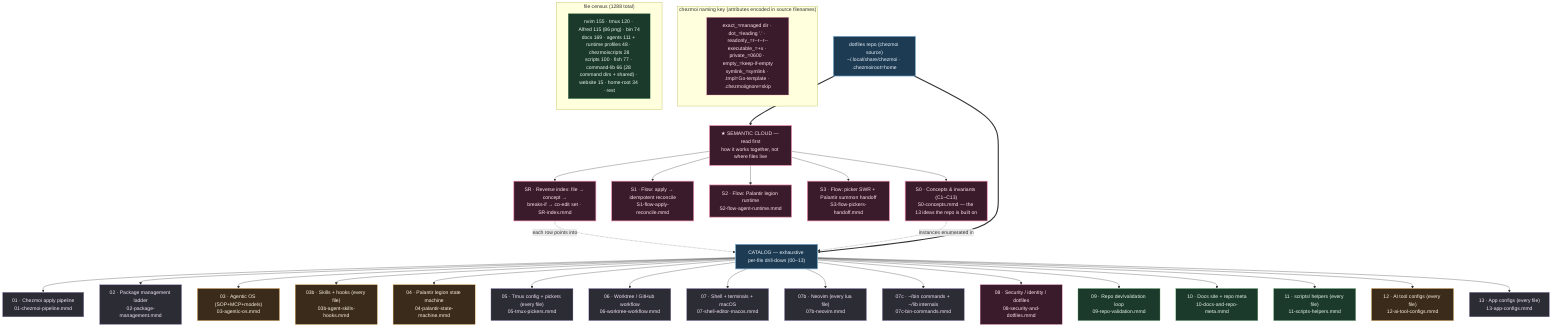
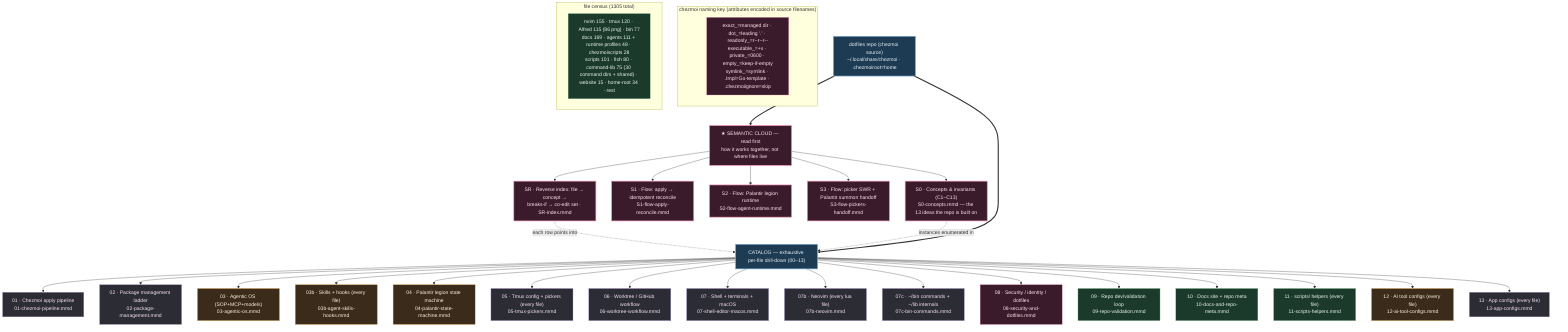
%% ============================================================================
%% 00-overview.mmd — Master navigation map for kapral18/dotfiles
%% TWO LAYERS:
%%   SEMANTIC CLOUD (read first) — how the system THINKS: concepts+invariants
%%     (S0), cross-cutting flows (S1/S2/S3), and a reverse index (SR) that maps
%%     any file to its concept, blast radius, and co-edit set.
%%   CATALOG (drill-down) — how the system is LAID OUT: 00-13 enumerate every
- %%     one of the 1288 files in the effective git file set by exact chezmoi source path.
+ %%     one of the 1305 files in the effective git file set by exact chezmoi source path.
%% `home/` is chezmoi source deployed to $HOME; scripts/tools/website/docs are
%% repo-side (NOT deployed). Each node → a deeper .mmd.
%% ============================================================================
graph TD
    classDef entry fill:#1d3b53,stroke:#7fb3d5,color:#eaf2f8,stroke-width:2px;
    classDef sys fill:#2c2c34,stroke:#b39ddb,color:#f3e5f5;
    classDef ai fill:#3a2b1b,stroke:#ffb74d,color:#fff3e0;
    classDef repo fill:#1b3a2b,stroke:#81c784,color:#e8f5e9;
    classDef data fill:#3a1b2b,stroke:#f48fb1,color:#fce4ec;
    classDef sem fill:#3a1b2b,stroke:#f48fb1,color:#fce4ec,stroke-width:2px;

    ROOT["dotfiles repo (chezmoi source)<br/>~/.local/share/chezmoi · .chezmoiroot=home"]:::entry

    %% ---- SEMANTIC LAYER (read before the catalog) --------------------------
    ROOT ==> SEMHEAD["★ SEMANTIC CLOUD — read first<br/>how it works together, not where files live"]:::sem
    SEMHEAD --> S0["S0 · Concepts & invariants (C1–C13)<br/>S0-concepts.mmd — the 13 ideas the repo is built on"]:::sem
    SEMHEAD --> S1["S1 · Flow: apply → idempotent reconcile<br/>S1-flow-apply-reconcile.mmd"]:::sem
    SEMHEAD --> S2["S2 · Flow: Palantir legion runtime<br/>S2-flow-agent-runtime.mmd"]:::sem
    SEMHEAD --> S3["S3 · Flow: picker SWR + Palantir summon handoff<br/>S3-flow-pickers-handoff.mmd"]:::sem
    SEMHEAD --> SR["SR · Reverse index: file → concept →<br/>breaks-if → co-edit set · SR-index.mmd"]:::sem
    SR -. "each row points into" .-> CATHEAD
    S0 -. "instances enumerated in" .-> CATHEAD

    %% ---- CATALOG LAYER (exhaustive per-file drill-down) --------------------
    ROOT ==> CATHEAD["CATALOG — exhaustive per-file drill-down (00–13)"]:::entry

    CATHEAD --> CZ["01 · Chezmoi apply pipeline<br/>01-chezmoi-pipeline.mmd"]:::sys
    CATHEAD --> PKG["02 · Package management ladder<br/>02-package-management.mmd"]:::sys
    CATHEAD --> AIOS["03 · Agentic OS (SOP+MCP+models)<br/>03-agentic-os.mmd"]:::ai
    CATHEAD --> SKILLS["03b · Skills + hooks (every file)<br/>03b-agent-skills-hooks.mmd"]:::ai
    CATHEAD --> PAL["04 · Palantir legion state machine<br/>04-palantir-state-machine.mmd"]:::ai
    CATHEAD --> TMUX["05 · Tmux config + pickers (every file)<br/>05-tmux-pickers.mmd"]:::sys
    CATHEAD --> WT["06 · Worktree / GitHub workflow<br/>06-worktree-workflow.mmd"]:::sys
    CATHEAD --> SEM["07 · Shell + terminals + macOS<br/>07-shell-editor-macos.mmd"]:::sys
    CATHEAD --> NVIM["07b · Neovim (every lua file)<br/>07b-neovim.mmd"]:::sys
    CATHEAD --> BIN["07c · ~/bin commands + ~/lib internals<br/>07c-bin-commands.mmd"]:::sys
    CATHEAD --> SEC["08 · Security / identity / dotfiles<br/>08-security-and-dotfiles.mmd"]:::data
    CATHEAD --> VAL["09 · Repo dev/validation loop<br/>09-repo-validation.mmd"]:::repo
    CATHEAD --> DOCS["10 · Docs site + repo meta<br/>10-docs-and-repo-meta.mmd"]:::repo
    CATHEAD --> SCRIPTS["11 · scripts/ helpers (every file)<br/>11-scripts-helpers.mmd"]:::repo
    CATHEAD --> AICFG["12 · AI tool configs (every file)<br/>12-ai-tool-configs.mmd"]:::ai
    CATHEAD --> APPS["13 · App configs (every file)<br/>13-app-configs.mmd"]:::sys

    subgraph KEY["chezmoi naming key (attributes encoded in source filenames)"]
        K1["exact_=managed dir · dot_=leading '.' · readonly_=r--r--r--<br/>executable_=+x · private_=0600 · empty_=keep-if-empty<br/>symlink_=symlink · .tmpl=Go-template · .chezmoiignore=skip"]:::data
    end

-     subgraph COUNTS["file census (1288 total)"]
-         C1["nvim 155 · tmux 120 · Alfred 115 (86 png) · bin 74<br/>docs 169 · agents 111 + runtime profiles 48 · chezmoiscripts 28<br/>scripts 100 · fish 77 · command-lib 66 (28 command dirs + shared) · website 15 · home-root 34 · rest"]:::repo
+     subgraph COUNTS["file census (1305 total)"]
+         C1["nvim 155 · tmux 120 · Alfred 115 (86 png) · bin 77<br/>docs 169 · agents 111 + runtime profiles 48 · chezmoiscripts 28<br/>scripts 101 · fish 80 · command-lib 75 (30 command dirs + shared) · website 15 · home-root 34 · rest"]:::repo
    end
